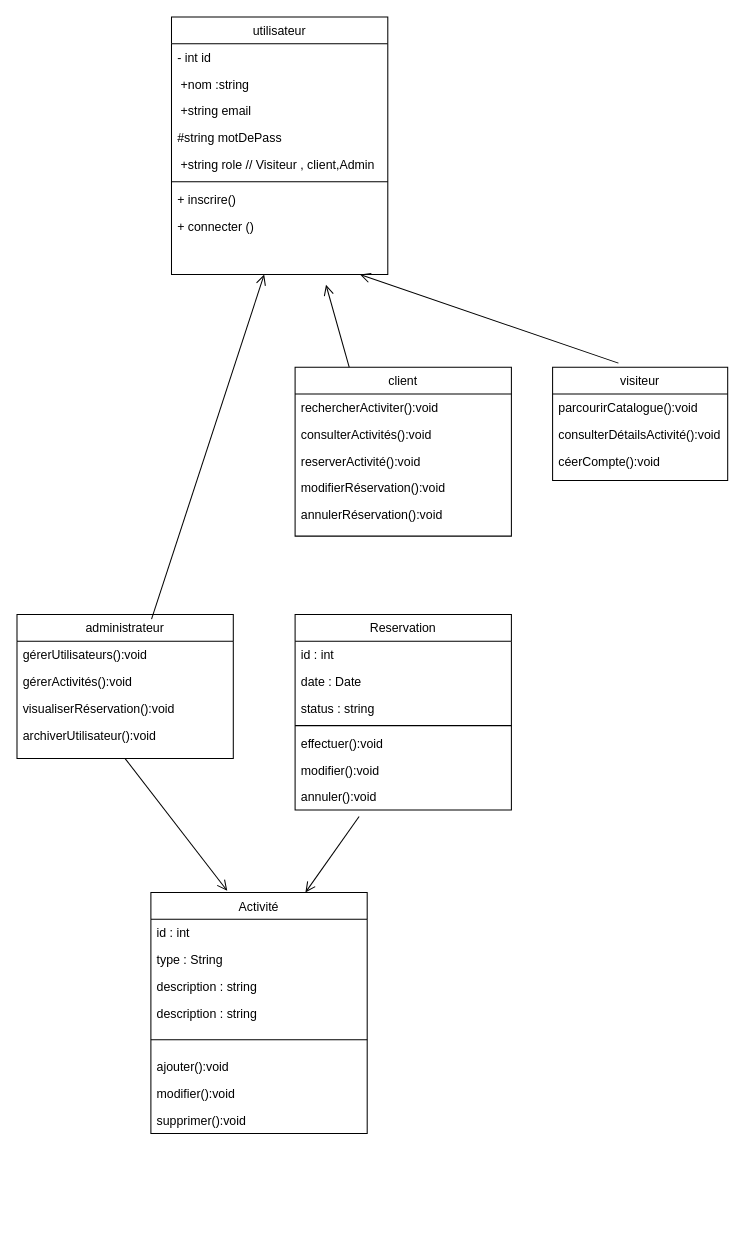
The draw.io diagram diagrame_class.drawio in ligh-cloud/site-de-voyage-2.0, before the edit. Source tidied: cells renumbered, new cells numbered last; positions are measured from the earlier drawing's top-left corner, leaving out a move shared by most shapes. Both pictures are drawn from the tidied source at 103%, with x=0, y=0 at pixel (16, 16).
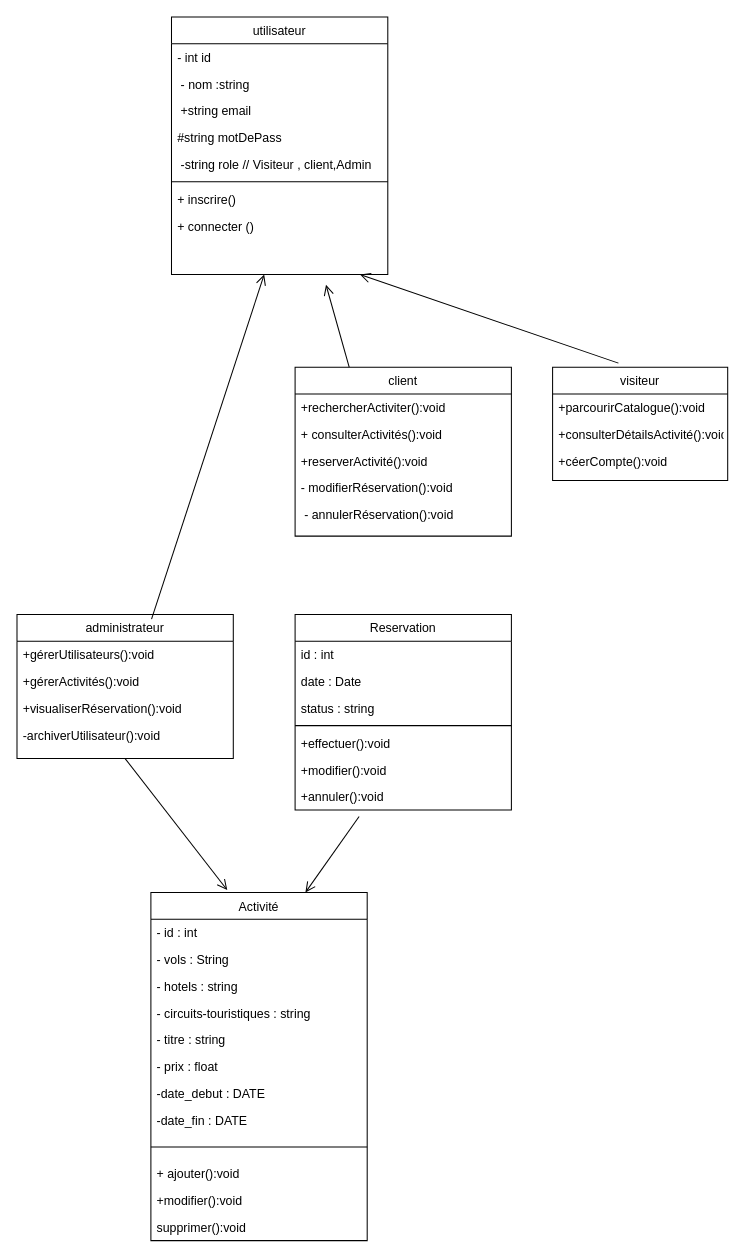
The same page after the edit.

Unchanged cells that the change refers to:
```xml
<mxCell id="6" value="utilisateur" style="swimlane;fontStyle=0;align=center;verticalAlign=top;horizontal=1;startSize=26;rounded=0;shadow=0;strokeWidth=1;" parent="1" vertex="1">
  <mxGeometry x="150" width="210" height="250" as="geometry" />
</mxCell>
<mxCell id="15" value="client" style="swimlane;fontStyle=0;align=center;verticalAlign=top;horizontal=1;startSize=26;rounded=0;shadow=0;strokeWidth=1;" parent="1" vertex="1">
  <mxGeometry x="270" y="340" width="210" height="164" as="geometry" />
</mxCell>
<mxCell id="21" value="administrateur" style="swimlane;fontStyle=0;align=center;verticalAlign=top;horizontal=1;startSize=26;rounded=0;shadow=0;strokeWidth=1;" parent="1" vertex="1">
  <mxGeometry y="580" width="210" height="140" as="geometry" />
</mxCell>
<mxCell id="26" value="Reservation" style="swimlane;fontStyle=0;align=center;verticalAlign=top;horizontal=1;startSize=26;rounded=0;shadow=0;strokeWidth=1;" parent="1" vertex="1">
  <mxGeometry x="270" y="580" width="210" height="190" as="geometry" />
</mxCell>
```

What changed in the source:
```diff
@@
-    <mxCell id="2" value="visiteur" style="swimlane;fontStyle=0;align=center;verticalAlign=top;horizontal=1;startSize=26;rounded=0;shadow=0;strokeWidth=1;" parent="1" vertex="1">
-      <mxGeometry x="520" y="340" width="170" height="110" as="geometry" />
-    </mxCell>
-    <mxCell id="3" value="parcourirCatalogue():void" style="text;align=left;verticalAlign=top;spacingLeft=4;spacingRight=4;overflow=hidden;" parent="2" vertex="1">
-      <mxGeometry y="26" width="170" height="26" as="geometry" />
-    </mxCell>
-    <mxCell id="4" value="consulterDétailsActivité():void" style="text;align=left;verticalAlign=top;spacingLeft=4;spacingRight=4;overflow=hidden;" parent="2" vertex="1">
-      <mxGeometry y="52" width="170" height="26" as="geometry" />
-    </mxCell>
-    <mxCell id="5" value="céerCompte():void" style="text;align=left;verticalAlign=top;spacingLeft=4;spacingRight=4;overflow=hidden;" parent="2" vertex="1">
-      <mxGeometry y="78" width="170" height="26" as="geometry" />
-    </mxCell>
+    <mxCell id="47" value="visiteur" style="swimlane;fontStyle=0;align=center;verticalAlign=top;horizontal=1;startSize=26;rounded=0;shadow=0;strokeWidth=1;" parent="1" vertex="1">
+      <mxGeometry x="520" y="340" width="170" height="110" as="geometry" />
+    </mxCell>
+    <mxCell id="48" value="+parcourirCatalogue():void" style="text;align=left;verticalAlign=top;spacingLeft=4;spacingRight=4;overflow=hidden;" parent="47" vertex="1">
+      <mxGeometry y="26" width="170" height="26" as="geometry" />
+    </mxCell>
+    <mxCell id="49" value="+consulterDétailsActivité():void" style="text;align=left;verticalAlign=top;spacingLeft=4;spacingRight=4;overflow=hidden;" parent="47" vertex="1">
+      <mxGeometry y="52" width="170" height="26" as="geometry" />
+    </mxCell>
+    <mxCell id="50" value="+céerCompte():void" style="text;align=left;verticalAlign=top;spacingLeft=4;spacingRight=4;overflow=hidden;" parent="47" vertex="1">
+      <mxGeometry y="78" width="170" height="26" as="geometry" />
+    </mxCell>
@@
-    <mxCell id="8" value=" +nom :string &#10;" style="text;align=left;verticalAlign=top;spacingLeft=4;spacingRight=4;overflow=hidden;rounded=0;shadow=0;html=0;" parent="6" vertex="1">
-      <mxGeometry y="52" width="210" height="26" as="geometry" />
-    </mxCell>
+    <mxCell id="51" value=" - nom :string &#10;" style="text;align=left;verticalAlign=top;spacingLeft=4;spacingRight=4;overflow=hidden;rounded=0;shadow=0;html=0;" parent="6" vertex="1">
+      <mxGeometry y="52" width="210" height="26" as="geometry" />
+    </mxCell>
@@
-    <mxCell id="11" value=" +string role // Visiteur , client,Admin" style="text;align=left;verticalAlign=top;spacingLeft=4;spacingRight=4;overflow=hidden;rounded=0;shadow=0;html=0;" parent="6" vertex="1">
-      <mxGeometry y="130" width="210" height="26" as="geometry" />
-    </mxCell>
+    <mxCell id="52" value=" -string role // Visiteur , client,Admin" style="text;align=left;verticalAlign=top;spacingLeft=4;spacingRight=4;overflow=hidden;rounded=0;shadow=0;html=0;" parent="6" vertex="1">
+      <mxGeometry y="130" width="210" height="26" as="geometry" />
+    </mxCell>
@@
-    <mxCell id="16" value="rechercherActiviter():void" style="text;align=left;verticalAlign=top;spacingLeft=4;spacingRight=4;overflow=hidden;" parent="15" vertex="1">
-      <mxGeometry y="26" width="210" height="26" as="geometry" />
-    </mxCell>
-    <mxCell id="17" value="consulterActivités():void" style="text;align=left;verticalAlign=top;spacingLeft=4;spacingRight=4;overflow=hidden;rounded=0;shadow=0;html=0;" parent="15" vertex="1">
-      <mxGeometry y="52" width="210" height="26" as="geometry" />
-    </mxCell>
-    <mxCell id="18" value="reserverActivité():void" style="text;align=left;verticalAlign=top;spacingLeft=4;spacingRight=4;overflow=hidden;rounded=0;shadow=0;html=0;" parent="15" vertex="1">
-      <mxGeometry y="78" width="210" height="26" as="geometry" />
-    </mxCell>
-    <mxCell id="19" value="modifierRéservation():void" style="text;align=left;verticalAlign=top;spacingLeft=4;spacingRight=4;overflow=hidden;rounded=0;shadow=0;html=0;" parent="15" vertex="1">
-      <mxGeometry y="104" width="210" height="26" as="geometry" />
-    </mxCell>
-    <mxCell id="20" value="annulerRéservation():void" style="text;align=left;verticalAlign=top;spacingLeft=4;spacingRight=4;overflow=hidden;rounded=0;shadow=0;html=0;" parent="15" vertex="1">
-      <mxGeometry y="130" width="210" height="26" as="geometry" />
-    </mxCell>
+    <mxCell id="53" value="+rechercherActiviter():void" style="text;align=left;verticalAlign=top;spacingLeft=4;spacingRight=4;overflow=hidden;" parent="15" vertex="1">
+      <mxGeometry y="26" width="210" height="26" as="geometry" />
+    </mxCell>
+    <mxCell id="54" value="+ consulterActivités():void" style="text;align=left;verticalAlign=top;spacingLeft=4;spacingRight=4;overflow=hidden;rounded=0;shadow=0;html=0;" parent="15" vertex="1">
+      <mxGeometry y="52" width="210" height="26" as="geometry" />
+    </mxCell>
+    <mxCell id="55" value="+reserverActivité():void" style="text;align=left;verticalAlign=top;spacingLeft=4;spacingRight=4;overflow=hidden;rounded=0;shadow=0;html=0;" parent="15" vertex="1">
+      <mxGeometry y="78" width="210" height="26" as="geometry" />
+    </mxCell>
+    <mxCell id="56" value="- modifierRéservation():void" style="text;align=left;verticalAlign=top;spacingLeft=4;spacingRight=4;overflow=hidden;rounded=0;shadow=0;html=0;" parent="15" vertex="1">
+      <mxGeometry y="104" width="210" height="26" as="geometry" />
+    </mxCell>
+    <mxCell id="57" value=" - annulerRéservation():void" style="text;align=left;verticalAlign=top;spacingLeft=4;spacingRight=4;overflow=hidden;rounded=0;shadow=0;html=0;" parent="15" vertex="1">
+      <mxGeometry y="130" width="210" height="26" as="geometry" />
+    </mxCell>
@@
-    <mxCell id="22" value="gérerUtilisateurs():void" style="text;align=left;verticalAlign=top;spacingLeft=4;spacingRight=4;overflow=hidden;" parent="21" vertex="1">
-      <mxGeometry y="26" width="210" height="26" as="geometry" />
-    </mxCell>
-    <mxCell id="23" value="gérerActivités():void" style="text;align=left;verticalAlign=top;spacingLeft=4;spacingRight=4;overflow=hidden;rounded=0;shadow=0;html=0;" parent="21" vertex="1">
-      <mxGeometry y="52" width="210" height="26" as="geometry" />
-    </mxCell>
-    <mxCell id="24" value="visualiserRéservation():void" style="text;align=left;verticalAlign=top;spacingLeft=4;spacingRight=4;overflow=hidden;rounded=0;shadow=0;html=0;" parent="21" vertex="1">
-      <mxGeometry y="78" width="210" height="26" as="geometry" />
-    </mxCell>
-    <mxCell id="25" value="archiverUtilisateur():void" style="text;align=left;verticalAlign=top;spacingLeft=4;spacingRight=4;overflow=hidden;rounded=0;shadow=0;html=0;" parent="21" vertex="1">
-      <mxGeometry y="104" width="210" height="26" as="geometry" />
-    </mxCell>
+    <mxCell id="58" value="+gérerUtilisateurs():void" style="text;align=left;verticalAlign=top;spacingLeft=4;spacingRight=4;overflow=hidden;" parent="21" vertex="1">
+      <mxGeometry y="26" width="210" height="26" as="geometry" />
+    </mxCell>
+    <mxCell id="59" value="+gérerActivités():void" style="text;align=left;verticalAlign=top;spacingLeft=4;spacingRight=4;overflow=hidden;rounded=0;shadow=0;html=0;" parent="21" vertex="1">
+      <mxGeometry y="52" width="210" height="26" as="geometry" />
+    </mxCell>
+    <mxCell id="60" value="+visualiserRéservation():void" style="text;align=left;verticalAlign=top;spacingLeft=4;spacingRight=4;overflow=hidden;rounded=0;shadow=0;html=0;" parent="21" vertex="1">
+      <mxGeometry y="78" width="210" height="26" as="geometry" />
+    </mxCell>
+    <mxCell id="61" value="-archiverUtilisateur():void" style="text;align=left;verticalAlign=top;spacingLeft=4;spacingRight=4;overflow=hidden;rounded=0;shadow=0;html=0;" parent="21" vertex="1">
+      <mxGeometry y="104" width="210" height="26" as="geometry" />
+    </mxCell>
@@
-    <mxCell id="27" value="id : int" style="text;align=left;verticalAlign=top;spacingLeft=4;spacingRight=4;overflow=hidden;" parent="26" vertex="1">
-      <mxGeometry y="26" width="210" height="26" as="geometry" />
-    </mxCell>
+    <mxCell id="62" value="id : int" style="text;align=left;verticalAlign=top;spacingLeft=4;spacingRight=4;overflow=hidden;" parent="26" vertex="1">
+      <mxGeometry y="26" width="210" height="26" as="geometry" />
+    </mxCell>
@@
-    <mxCell id="31" value="effectuer():void " style="text;align=left;verticalAlign=top;spacingLeft=4;spacingRight=4;overflow=hidden;" parent="26" vertex="1">
-      <mxGeometry y="112" width="210" height="26" as="geometry" />
-    </mxCell>
-    <mxCell id="32" value="modifier():void&#10;" style="text;align=left;verticalAlign=top;spacingLeft=4;spacingRight=4;overflow=hidden;" parent="26" vertex="1">
-      <mxGeometry y="138" width="210" height="26" as="geometry" />
-    </mxCell>
-    <mxCell id="33" value="annuler():void" style="text;align=left;verticalAlign=top;spacingLeft=4;spacingRight=4;overflow=hidden;points=[[0,0.5],[1,0.5]];portConstraint=eastwest;" parent="26" vertex="1">
-      <mxGeometry y="164" width="210" height="26" as="geometry" />
-    </mxCell>
+    <mxCell id="63" value="+effectuer():void " style="text;align=left;verticalAlign=top;spacingLeft=4;spacingRight=4;overflow=hidden;" parent="26" vertex="1">
+      <mxGeometry y="112" width="210" height="26" as="geometry" />
+    </mxCell>
+    <mxCell id="64" value="+modifier():void&#10;" style="text;align=left;verticalAlign=top;spacingLeft=4;spacingRight=4;overflow=hidden;" parent="26" vertex="1">
+      <mxGeometry y="138" width="210" height="26" as="geometry" />
+    </mxCell>
+    <mxCell id="65" value="+annuler():void" style="text;align=left;verticalAlign=top;spacingLeft=4;spacingRight=4;overflow=hidden;points=[[0,0.5],[1,0.5]];portConstraint=eastwest;" parent="26" vertex="1">
+      <mxGeometry y="164" width="210" height="26" as="geometry" />
+    </mxCell>
     <mxCell id="34" value="Activité" style="swimlane;fontStyle=0;align=center;verticalAlign=top;horizontal=1;startSize=26;rounded=0;shadow=0;strokeWidth=1;" parent="1" vertex="1">
-      <mxGeometry x="130" y="850" width="210" height="234" as="geometry" />
+      <mxGeometry x="130" y="850" width="210" height="338" as="geometry" />
     </mxCell>
-    <mxCell id="35" value="id : int" style="text;align=left;verticalAlign=top;spacingLeft=4;spacingRight=4;overflow=hidden;" parent="34" vertex="1">
-      <mxGeometry y="26" width="210" height="26" as="geometry" />
-    </mxCell>
-    <mxCell id="36" value="type : String" style="text;align=left;verticalAlign=top;spacingLeft=4;spacingRight=4;overflow=hidden;rounded=0;shadow=0;html=0;" parent="34" vertex="1">
-      <mxGeometry y="52" width="210" height="26" as="geometry" />
-    </mxCell>
-    <mxCell id="37" value="description : string" style="text;align=left;verticalAlign=top;spacingLeft=4;spacingRight=4;overflow=hidden;rounded=0;shadow=0;html=0;" parent="34" vertex="1">
-      <mxGeometry y="78" width="210" height="26" as="geometry" />
-    </mxCell>
-    <mxCell id="38" value="description : string" style="text;align=left;verticalAlign=top;spacingLeft=4;spacingRight=4;overflow=hidden;rounded=0;shadow=0;html=0;" parent="34" vertex="1">
-      <mxGeometry y="104" width="210" height="26" as="geometry" />
-    </mxCell>
-    <mxCell id="39" style="line;html=1;strokeWidth=1;align=left;verticalAlign=middle;spacingTop=-1;spacingLeft=3;spacingRight=3;labelPosition=right;" parent="34" vertex="1">
-      <mxGeometry y="130" width="210" height="26" as="geometry" />
-    </mxCell>
-    <mxCell id="40" value="ajouter():void " style="text;align=left;verticalAlign=top;spacingLeft=4;spacingRight=4;overflow=hidden;" parent="34" vertex="1">
-      <mxGeometry y="156" width="210" height="26" as="geometry" />
-    </mxCell>
-    <mxCell id="41" value="modifier():void " style="text;align=left;verticalAlign=top;spacingLeft=4;spacingRight=4;overflow=hidden;" parent="34" vertex="1">
-      <mxGeometry y="182" width="210" height="26" as="geometry" />
-    </mxCell>
+    <mxCell id="66" value="- id : int" style="text;align=left;verticalAlign=top;spacingLeft=4;spacingRight=4;overflow=hidden;" parent="34" vertex="1">
+      <mxGeometry y="26" width="210" height="26" as="geometry" />
+    </mxCell>
+    <mxCell id="67" value="- vols : String" style="text;align=left;verticalAlign=top;spacingLeft=4;spacingRight=4;overflow=hidden;rounded=0;shadow=0;html=0;" parent="34" vertex="1">
+      <mxGeometry y="52" width="210" height="26" as="geometry" />
+    </mxCell>
+    <mxCell id="68" value="- hotels : string" style="text;align=left;verticalAlign=top;spacingLeft=4;spacingRight=4;overflow=hidden;rounded=0;shadow=0;html=0;" parent="34" vertex="1">
+      <mxGeometry y="78" width="210" height="26" as="geometry" />
+    </mxCell>
+    <mxCell id="69" value="- circuits-touristiques : string" style="text;align=left;verticalAlign=top;spacingLeft=4;spacingRight=4;overflow=hidden;rounded=0;shadow=0;html=0;" parent="34" vertex="1">
+      <mxGeometry y="104" width="210" height="26" as="geometry" />
+    </mxCell>
+    <mxCell id="70" value="- titre : string" style="text;align=left;verticalAlign=top;spacingLeft=4;spacingRight=4;overflow=hidden;rounded=0;shadow=0;html=0;" parent="34" vertex="1">
+      <mxGeometry y="130" width="210" height="26" as="geometry" />
+    </mxCell>
+    <mxCell id="71" value="- prix : float" style="text;align=left;verticalAlign=top;spacingLeft=4;spacingRight=4;overflow=hidden;rounded=0;shadow=0;html=0;" parent="34" vertex="1">
+      <mxGeometry y="156" width="210" height="26" as="geometry" />
+    </mxCell>
+    <mxCell id="72" value="-date_debut : DATE" style="text;align=left;verticalAlign=top;spacingLeft=4;spacingRight=4;overflow=hidden;rounded=0;shadow=0;html=0;" parent="34" vertex="1">
+      <mxGeometry y="182" width="210" height="26" as="geometry" />
+    </mxCell>
+    <mxCell id="73" value="-date_fin : DATE " style="text;align=left;verticalAlign=top;spacingLeft=4;spacingRight=4;overflow=hidden;rounded=0;shadow=0;html=0;" parent="34" vertex="1">
+      <mxGeometry y="208" width="210" height="26" as="geometry" />
+    </mxCell>
+    <mxCell id="74" style="line;html=1;strokeWidth=1;align=left;verticalAlign=middle;spacingTop=-1;spacingLeft=3;spacingRight=3;labelPosition=right;" parent="34" vertex="1">
+      <mxGeometry y="234" width="210" height="26" as="geometry" />
+    </mxCell>
+    <mxCell id="75" value="+ ajouter():void " style="text;align=left;verticalAlign=top;spacingLeft=4;spacingRight=4;overflow=hidden;" parent="34" vertex="1">
+      <mxGeometry y="260" width="210" height="26" as="geometry" />
+    </mxCell>
+    <mxCell id="76" value="+modifier():void " style="text;align=left;verticalAlign=top;spacingLeft=4;spacingRight=4;overflow=hidden;" parent="34" vertex="1">
+      <mxGeometry y="286" width="210" height="26" as="geometry" />
+    </mxCell>
     <mxCell id="42" value="supprimer():void " style="text;align=left;verticalAlign=top;spacingLeft=4;spacingRight=4;overflow=hidden;" parent="34" vertex="1">
-      <mxGeometry y="208" width="210" height="26" as="geometry" />
+      <mxGeometry y="312" width="210" height="26" as="geometry" />
     </mxCell>
@@
-    <mxCell id="44" style="endArrow=open;startArrow=none;endFill=0;startFill=0;endSize=8;html=1;verticalAlign=bottom;labelBackgroundColor=none;strokeWidth=1;rounded=0;exitX=0.296;exitY=1.239;exitDx=0;exitDy=0;exitPerimeter=0;" parent="1" edge="1" source="33">
-      <mxGeometry relative="1" as="geometry">
-        <mxPoint x="280" y="850" as="targetPoint" />
-      </mxGeometry>
-    </mxCell>
-    <mxCell id="45" style="endArrow=open;startArrow=none;endFill=0;startFill=0;endSize=8;html=1;verticalAlign=bottom;labelBackgroundColor=none;strokeWidth=1;rounded=0;exitX=0.622;exitY=0.033;exitDx=0;exitDy=0;exitPerimeter=0;" parent="1" edge="1" source="21">
-      <mxGeometry relative="1" as="geometry">
-        <mxPoint x="240" y="250" as="targetPoint" />
-      </mxGeometry>
-    </mxCell>
-    <mxCell id="46" style="endArrow=open;startArrow=none;endFill=0;startFill=0;endSize=8;html=1;verticalAlign=bottom;labelBackgroundColor=none;strokeWidth=1;rounded=0;exitX=0.25;exitY=0;exitDx=0;exitDy=0;" parent="1" edge="1" source="15">
-      <mxGeometry relative="1" as="geometry">
-        <mxPoint x="300" y="260" as="targetPoint" />
-      </mxGeometry>
-    </mxCell>
-    <mxCell id="47" style="endArrow=open;startArrow=none;endFill=0;startFill=0;endSize=8;html=1;verticalAlign=bottom;labelBackgroundColor=none;strokeWidth=1;rounded=0;exitX=0.376;exitY=-0.036;exitDx=0;exitDy=0;exitPerimeter=0;" parent="1" edge="1" source="2">
-      <mxGeometry relative="1" as="geometry">
-        <mxPoint x="333" y="250" as="targetPoint" />
-      </mxGeometry>
-    </mxCell>
+    <mxCell id="77" style="endArrow=open;startArrow=none;endFill=0;startFill=0;endSize=8;html=1;verticalAlign=bottom;labelBackgroundColor=none;strokeWidth=1;rounded=0;exitX=0.296;exitY=1.239;exitDx=0;exitDy=0;exitPerimeter=0;" parent="1" edge="1" source="65">
+      <mxGeometry relative="1" as="geometry">
+        <mxPoint x="280" y="850" as="targetPoint" />
+      </mxGeometry>
+    </mxCell>
+    <mxCell id="78" style="endArrow=open;startArrow=none;endFill=0;startFill=0;endSize=8;html=1;verticalAlign=bottom;labelBackgroundColor=none;strokeWidth=1;rounded=0;exitX=0.622;exitY=0.033;exitDx=0;exitDy=0;exitPerimeter=0;" parent="1" edge="1" source="21">
+      <mxGeometry relative="1" as="geometry">
+        <mxPoint x="240" y="250" as="targetPoint" />
+      </mxGeometry>
+    </mxCell>
+    <mxCell id="79" style="endArrow=open;startArrow=none;endFill=0;startFill=0;endSize=8;html=1;verticalAlign=bottom;labelBackgroundColor=none;strokeWidth=1;rounded=0;exitX=0.25;exitY=0;exitDx=0;exitDy=0;" parent="1" edge="1" source="15">
+      <mxGeometry relative="1" as="geometry">
+        <mxPoint x="300" y="260" as="targetPoint" />
+      </mxGeometry>
+    </mxCell>
+    <mxCell id="80" style="endArrow=open;startArrow=none;endFill=0;startFill=0;endSize=8;html=1;verticalAlign=bottom;labelBackgroundColor=none;strokeWidth=1;rounded=0;exitX=0.376;exitY=-0.036;exitDx=0;exitDy=0;exitPerimeter=0;" parent="1" edge="1" source="47">
+      <mxGeometry relative="1" as="geometry">
+        <mxPoint x="333" y="250" as="targetPoint" />
+      </mxGeometry>
+    </mxCell>
```
